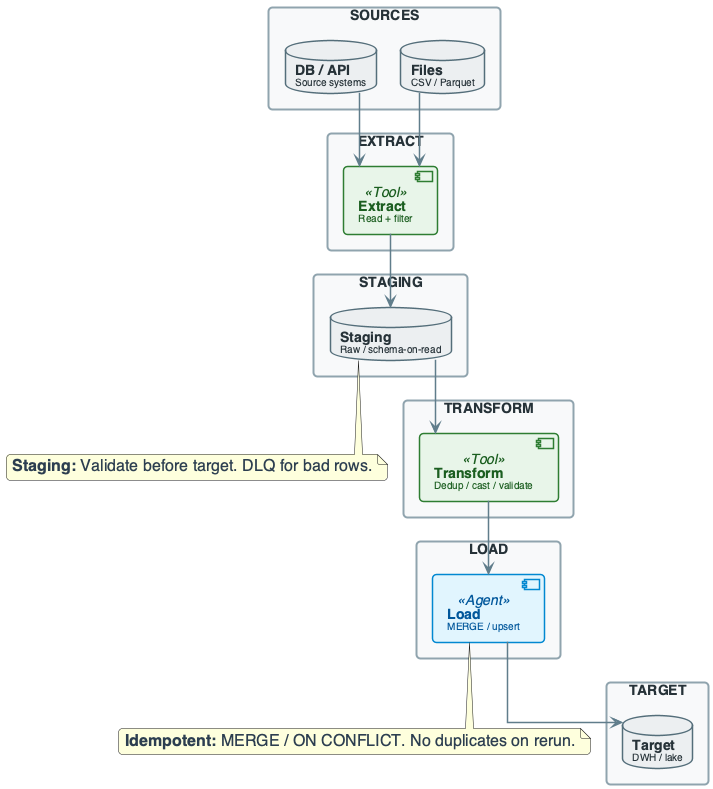
Above: diagrams/week04/week4_lecture_slide13_pipeline_overview.png in OrPerets/data-engineering-course (PlantUML), before the change.
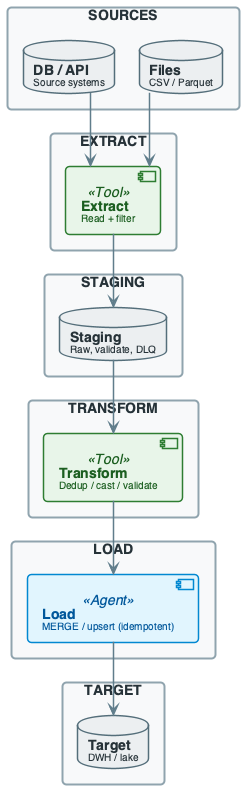
The same file after the commit.

Change to the diagram source:
```diff
@@ -128,7 +128,7 @@
 }
 
 rectangle "STAGING" #F8F9FA {
-    database "**Staging**\n<size:10>Raw / schema-on-read</size>" as STG
+    database "**Staging**\n<size:10>Raw, validate, DLQ</size>" as STG
 }
 
 rectangle "TRANSFORM" #F8F9FA {
@@ -136,7 +136,7 @@
 }
 
 rectangle "LOAD" #F8F9FA {
-    component "**Load**\n<size:10>MERGE / upsert</size>" as LOAD_STEP <<Agent>>
+    component "**Load**\n<size:10>MERGE / upsert (idempotent)</size>" as LOAD_STEP <<Agent>>
 }
 
 rectangle "TARGET" #F8F9FA {
@@ -150,7 +150,4 @@
 TRANSFORM_STEP --> LOAD_STEP
 LOAD_STEP --> TGT
 
-note bottom of STG : **Staging:** Validate before target. DLQ for bad rows.
-note bottom of LOAD_STEP : **Idempotent:** MERGE / ON CONFLICT. No duplicates on rerun.
-
 @enduml
```
